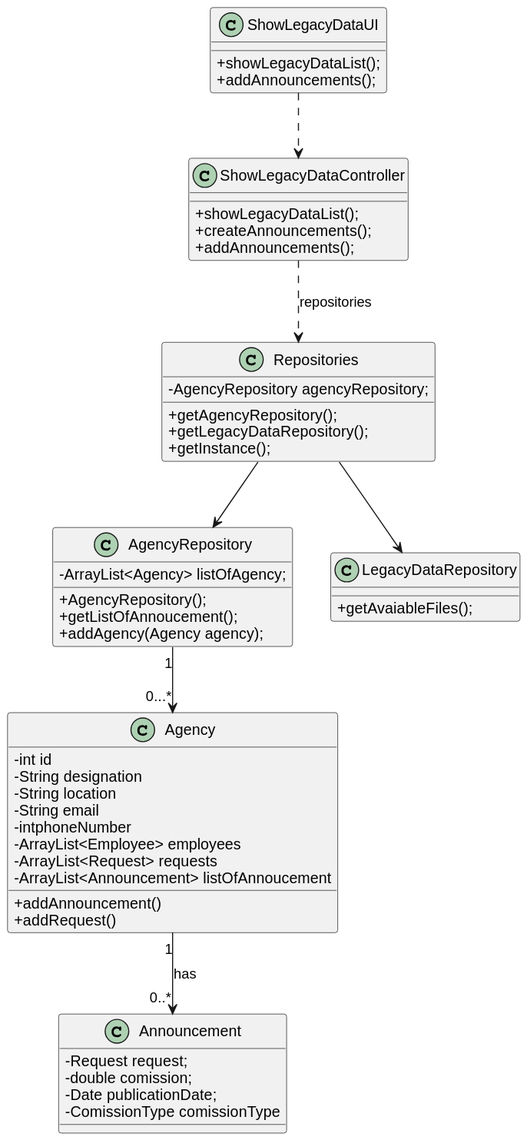
The PlantUML diagram docs/sprintD/us012/03.design/svg/us012-class-diagram.svg in 1220812/LAPR2, before a commit. Source of this version:
```plantuml
@startuml
skinparam packageStyle rectangle
skinparam shadowing false
skinparam linetype polyline

skinparam classAttributeIconSize 0


class ShowLegacyDataUI{
+showLegacyDataList();
+addAnnouncements();
}

class ShowLegacyDataController{
+showLegacyDataList();
+createAnnouncements();
+addAnnouncements();
}

class AgencyRepository{
-ArrayList<Agency> listOfAgency;
+AgencyRepository();
+getListOfAnnoucement();
+addAgency(Agency agency);
}

class Repositories{
-AgencyRepository agencyRepository;
+getAgencyRepository();
+getLegacyDataRepository();
+getInstance();
}

class LegacyDataRepository{
+getAvaiableFiles();
}


class Announcement{
-Request request;
-double comission;
-Date publicationDate;
-ComissionType comissionType
}

class Agency{
   -int id
   -String designation
    -String location
    -String email
    -intphoneNumber
    -ArrayList<Employee> employees
    -ArrayList<Request> requests
    -ArrayList<Announcement> listOfAnnoucement
    +addAnnouncement()
    +addRequest()
}

ShowLegacyDataUI ..> ShowLegacyDataController
ShowLegacyDataController ..> Repositories : repositories
Repositories --> AgencyRepository
Repositories --> LegacyDataRepository
AgencyRepository "1" --> "0...*" Agency
Agency "1" --> "0..*" Announcement : has
@enduml
```
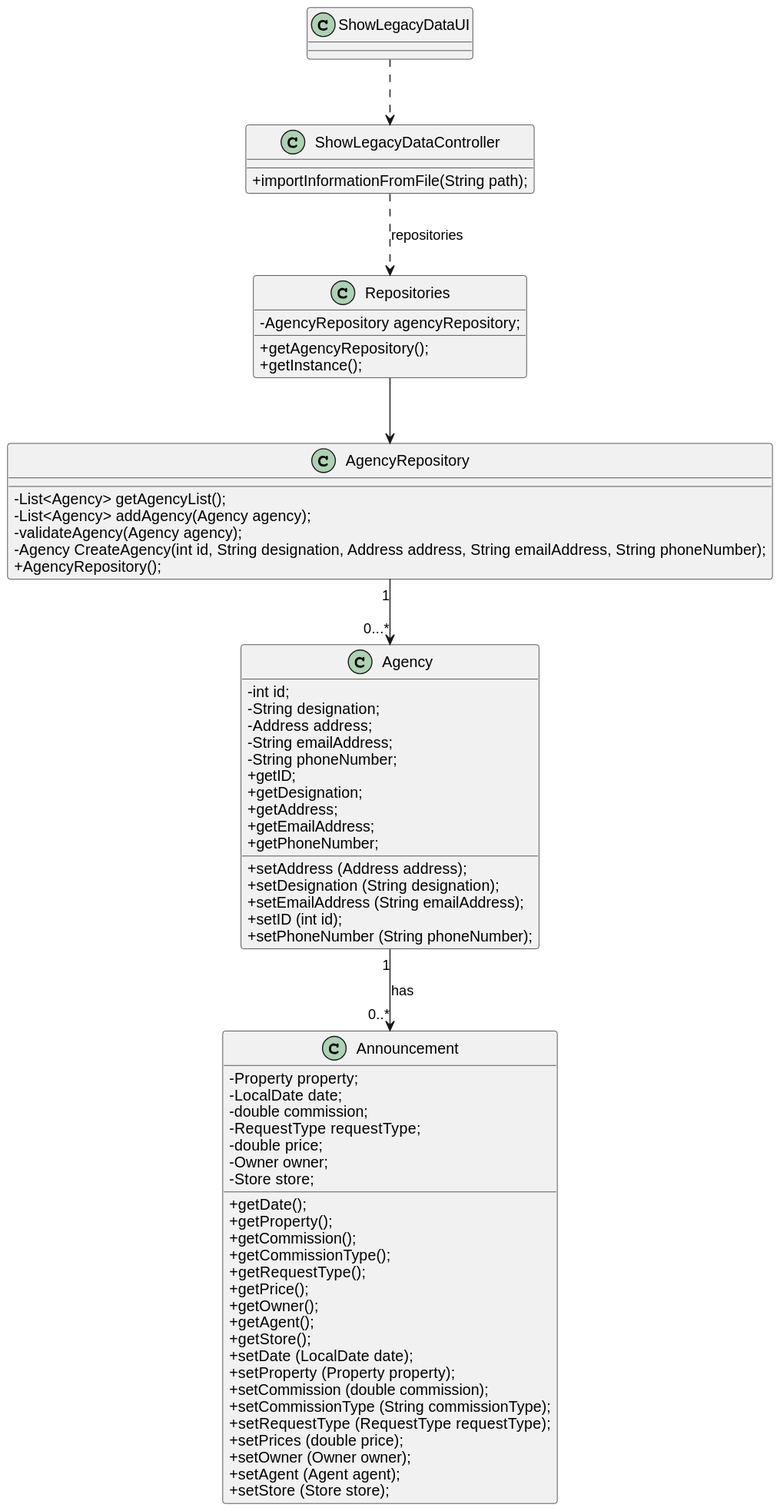
The same file after the commit.

Commit message:
US012- Corrected mistakes in class diagram and domain model. US005- Fixed the domain model and system sequence diagram

Change to the diagram source:
```diff
@@ -7,59 +7,76 @@
 
 
 class ShowLegacyDataUI{
-+showLegacyDataList();
-+addAnnouncements();
 }
 
 class ShowLegacyDataController{
-+showLegacyDataList();
-+createAnnouncements();
-+addAnnouncements();
++importInformationFromFile(String path);
 }
 
 class AgencyRepository{
--ArrayList<Agency> listOfAgency;
+-List<Agency> getAgencyList();
+-List<Agency> addAgency(Agency agency);
+-validateAgency(Agency agency);
+-Agency CreateAgency(int id, String designation, Address address, String emailAddress, String phoneNumber);
 +AgencyRepository();
-+getListOfAnnoucement();
-+addAgency(Agency agency);
 }
 
 class Repositories{
 -AgencyRepository agencyRepository;
 +getAgencyRepository();
-+getLegacyDataRepository();
 +getInstance();
-}
-
-class LegacyDataRepository{
-+getAvaiableFiles();
 }
 
 
 class Announcement{
--Request request;
--double comission;
--Date publicationDate;
--ComissionType comissionType
+   -Property property;
+   -LocalDate date;
+   -double commission;
+   -RequestType requestType;
+   -double price;
+   -Owner owner;
+   -Store store;
+   +getDate();
+   +getProperty();
+   +getCommission();
+   +getCommissionType();
+   +getRequestType();
+   +getPrice();
+   +getOwner();
+   +getAgent();
+   +getStore();
+   +setDate (LocalDate date);
+   +setProperty (Property property);
+   +setCommission (double commission);
+   +setCommissionType (String commissionType);
+   +setRequestType (RequestType requestType);
+   +setPrices (double price);
+   +setOwner (Owner owner);
+   +setAgent (Agent agent);
+   +setStore (Store store);
 }
 
 class Agency{
-   -int id
-   -String designation
-    -String location
-    -String email
-    -intphoneNumber
-    -ArrayList<Employee> employees
-    -ArrayList<Request> requests
-    -ArrayList<Announcement> listOfAnnoucement
-    +addAnnouncement()
-    +addRequest()
+   -int id;
+   -String designation;
+   -Address address;
+   -String emailAddress;
+   -String phoneNumber;
+    +getID;
+    +getDesignation;
+    +getAddress;
+    +getEmailAddress;
+    +getPhoneNumber;
+    +setAddress (Address address);
+    +setDesignation (String designation);
+    +setEmailAddress (String emailAddress);
+    +setID (int id);
+    +setPhoneNumber (String phoneNumber);
 }
 
 ShowLegacyDataUI ..> ShowLegacyDataController
 ShowLegacyDataController ..> Repositories : repositories
 Repositories --> AgencyRepository
-Repositories --> LegacyDataRepository
 AgencyRepository "1" --> "0...*" Agency
 Agency "1" --> "0..*" Announcement : has
 @enduml
```
